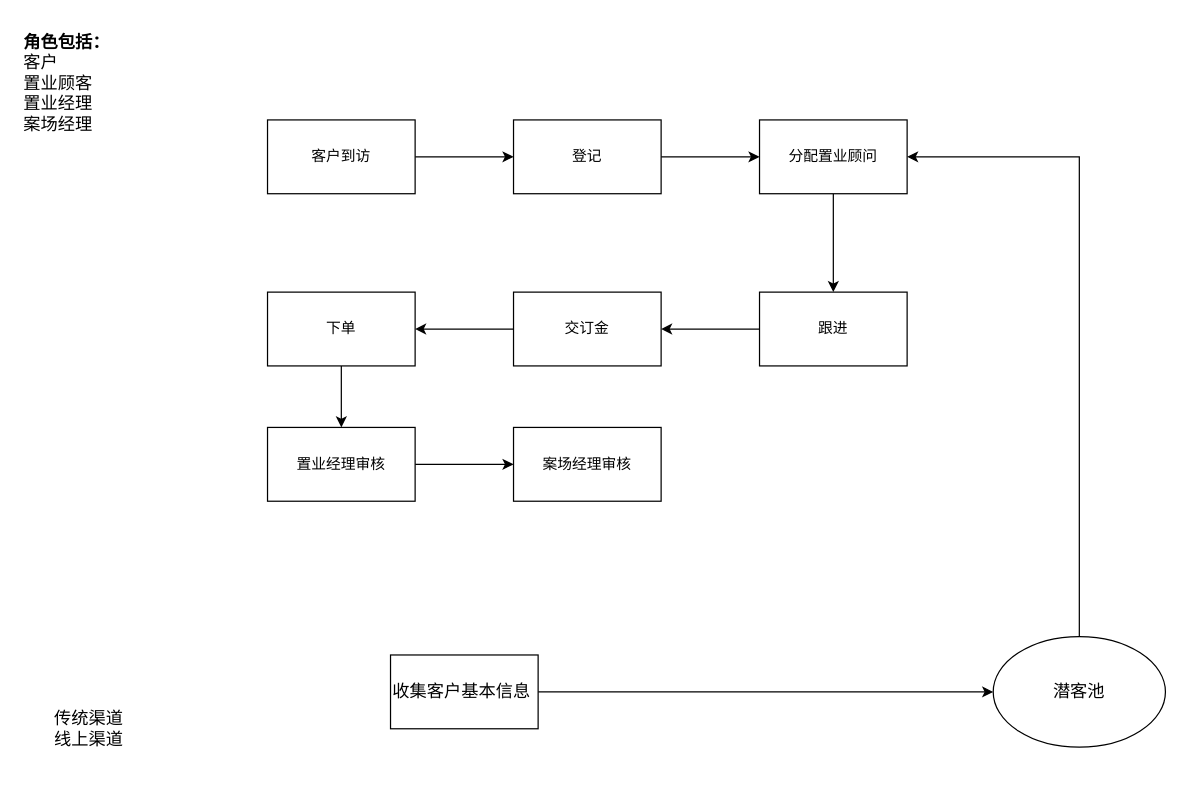
The draw.io diagram 房产营销系统.drawio in juesuchen/diagrams, before the edit. Source tidied: cells renumbered, new cells numbered last; positions are measured from the earlier drawing's top-left corner, leaving out a move shared by most shapes. Both pictures are drawn from the tidied source at 123%, with x=0, y=0 at pixel (21, 21).
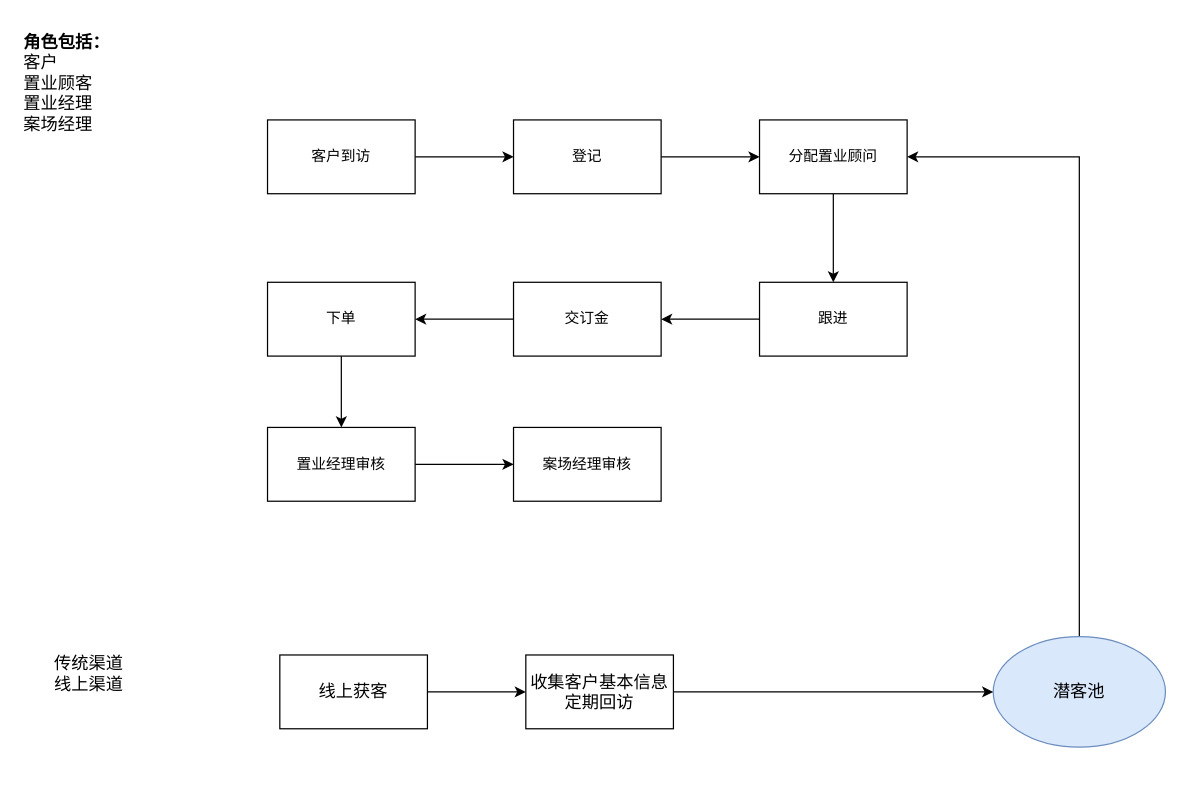
The same page after the edit.

Commit message (it also covers changes not shown here):
Update 房产营销系统.drawio

Change to the diagram source:
```diff
@@
     <mxCell id="10" value="跟进" style="rounded=0;whiteSpace=wrap;html=1;" parent="1" vertex="1">
-      <mxGeometry x="600" y="220" width="120" height="60" as="geometry" />
+      <mxGeometry x="600" y="212" width="120" height="60" as="geometry" />
     </mxCell>
@@
     <mxCell id="12" value="交订金" style="whiteSpace=wrap;html=1;rounded=0;" parent="1" vertex="1">
-      <mxGeometry x="400" y="220" width="120" height="60" as="geometry" />
+      <mxGeometry x="400" y="212" width="120" height="60" as="geometry" />
     </mxCell>
     <mxCell id="13" value="传统渠道&lt;br style=&quot;font-size: 14px;&quot;&gt;线上渠道" style="text;html=1;strokeColor=none;fillColor=none;align=center;verticalAlign=middle;whiteSpace=wrap;rounded=0;fontSize=14;" parent="1" vertex="1">
-      <mxGeometry y="545" width="110" height="60" as="geometry" />
+      <mxGeometry y="500" width="110" height="60" as="geometry" />
     </mxCell>
@@
     <mxCell id="15" value="下单" style="whiteSpace=wrap;html=1;rounded=0;" parent="1" vertex="1">
-      <mxGeometry x="200" y="220" width="120" height="60" as="geometry" />
+      <mxGeometry x="200" y="212" width="120" height="60" as="geometry" />
     </mxCell>
@@
-    <mxCell id="20" value="潜客池" style="ellipse;whiteSpace=wrap;html=1;fontSize=14;align=center;" parent="1" vertex="1">
+    <mxCell id="20" value="潜客池" style="ellipse;whiteSpace=wrap;html=1;fontSize=14;align=center;fillColor=#dae8fc;strokeColor=#6c8ebf;" parent="1" vertex="1">
       <mxGeometry x="790" y="500" width="140" height="90" as="geometry" />
     </mxCell>
@@
-    <mxCell id="22" value="收集客户基本信息" style="rounded=0;whiteSpace=wrap;html=1;fontSize=14;align=left;" parent="1" vertex="1">
-      <mxGeometry x="300" y="515" width="120" height="60" as="geometry" />
+    <mxCell id="22" value="收集客户基本信息&lt;br&gt;定期回访" style="rounded=0;whiteSpace=wrap;html=1;fontSize=14;align=center;" parent="1" vertex="1">
+      <mxGeometry x="410" y="515" width="120" height="60" as="geometry" />
     </mxCell>
+    <mxCell id="23" style="edgeStyle=orthogonalEdgeStyle;rounded=0;jettySize=auto;html=1;fontSize=14;" parent="1" edge="1" source="24" target="22">
+      <mxGeometry relative="1" as="geometry" />
+    </mxCell>
+    <mxCell id="24" value="线上获客" style="whiteSpace=wrap;html=1;rounded=0;fontSize=14;align=center;" parent="1" vertex="1">
+      <mxGeometry x="210" y="515" width="120" height="60" as="geometry" />
+    </mxCell>
```
